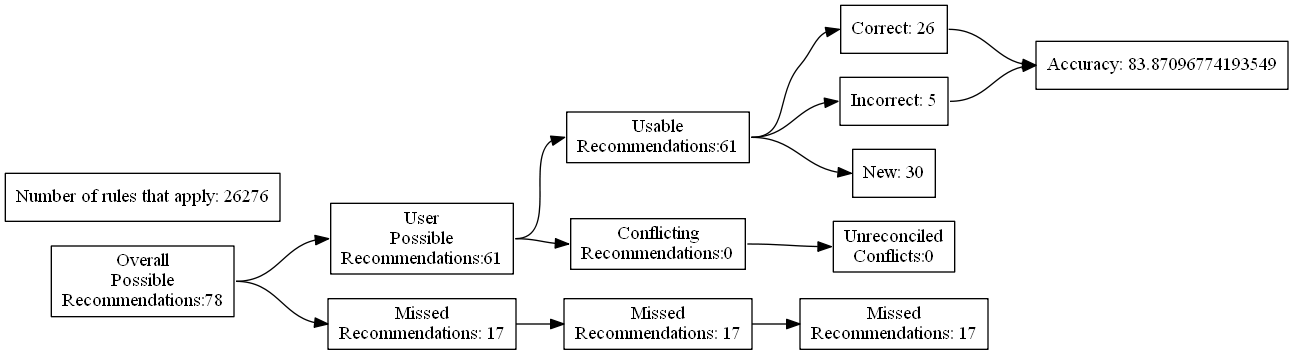
Earlier version of the Graphviz export test_renders/27.gv.png (ZaxR/ibd_diet_analysis). Its source is kept beside it as test_renders/27.gv.
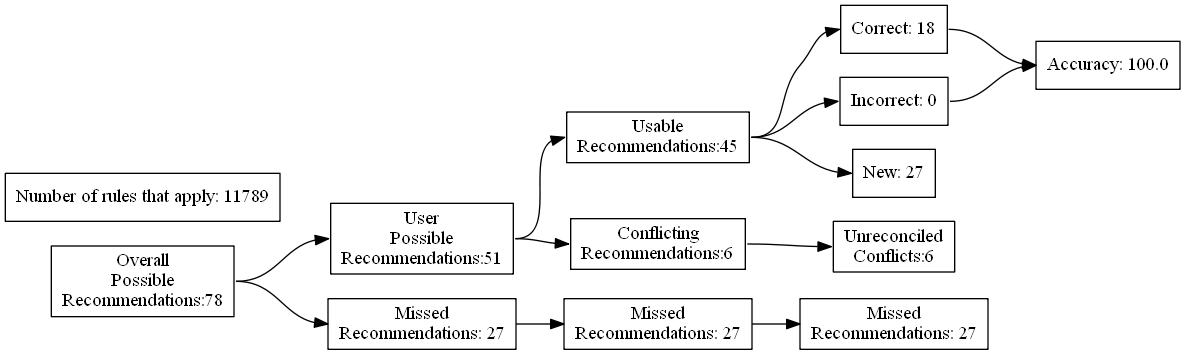
Later version of the same file.

Change to the diagram source:
```diff
@@ -7,24 +7,24 @@
 Recommendations:78"]
 		B [label="User
 Possible
-Recommendations:61"]
+Recommendations:51"]
 		C [label="Missed
-Recommendations: 17"]
+Recommendations: 27"]
 		D [label="Usable
-Recommendations:61"]
+Recommendations:45"]
 		E [label="Conflicting
-Recommendations:0"]
+Recommendations:6"]
 		J [label="Missed
-Recommendations: 17"]
+Recommendations: 27"]
 		M [label="Unreconciled
-Conflicts:0"]
-		F [label="Correct: 26"]
-		G [label="Incorrect: 5"]
-		H [label="New: 30"]
+Conflicts:6"]
+		F [label="Correct: 18"]
+		G [label="Incorrect: 0"]
+		H [label="New: 27"]
 		K [label="Missed
-Recommendations: 17"]
-		I [label="Accuracy: 83.87096774193549"]
-		l [label="Number of rules that apply: 26276"]
+Recommendations: 27"]
+		I [label="Accuracy: 100.0"]
+		l [label="Number of rules that apply: 11789"]
 			A -> B
 			A -> C
 			B -> D
```
